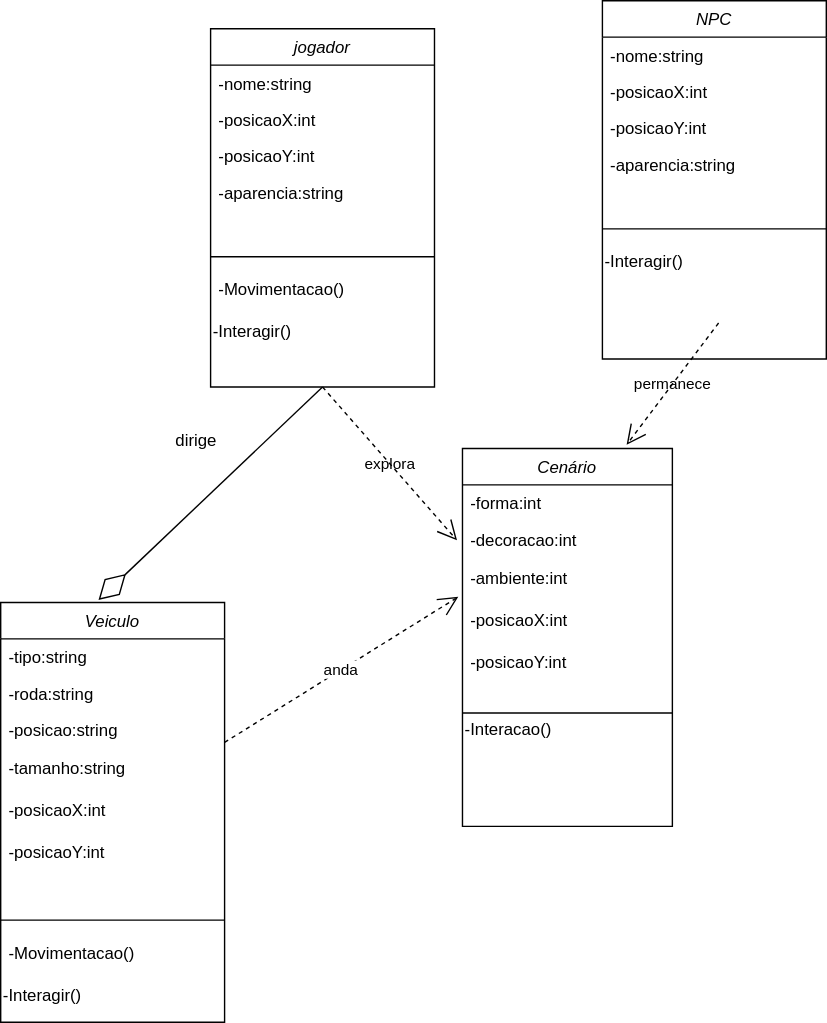
The draw.io diagram diagramas/Diagrama de classe canvas.drawio.svg in lucasnoelgb/2jdprojetomusica, before a commit. Source tidied: cells renumbered, new cells last; positions are measured from the earlier drawing's top-left corner, leaving out a move shared by most shapes. Its diagram source:
```xml
<mxGraphModel>
  <root>
    <mxCell id="0" />
    <mxCell id="1" parent="0" />
    <mxCell id="2" value="jogador&#10;" style="swimlane;fontStyle=2;align=center;verticalAlign=top;horizontal=1;startSize=26;rounded=0;shadow=0;strokeWidth=1;labelBackgroundColor=none;" parent="1" vertex="1">
      <mxGeometry x="150" y="20" width="160" height="256" as="geometry" />
    </mxCell>
    <mxCell id="3" value="-nome:string&#10;" style="text;align=left;verticalAlign=top;spacingLeft=4;spacingRight=4;overflow=hidden;labelBackgroundColor=none;" parent="2" vertex="1">
      <mxGeometry y="26" width="160" height="26" as="geometry" />
    </mxCell>
    <mxCell id="4" value="-posicaoX:int&#10;" style="text;align=left;verticalAlign=top;spacingLeft=4;spacingRight=4;overflow=hidden;rounded=0;shadow=0;html=0;labelBackgroundColor=none;" parent="2" vertex="1">
      <mxGeometry y="52" width="160" height="26" as="geometry" />
    </mxCell>
    <mxCell id="5" value="-posicaoY:int&#10;" style="text;align=left;verticalAlign=top;spacingLeft=4;spacingRight=4;overflow=hidden;points=[[0,0.5],[1,0.5]];portConstraint=eastwest;rounded=0;shadow=0;html=0;labelBackgroundColor=none;" parent="2" vertex="1">
      <mxGeometry y="78" width="160" height="26" as="geometry" />
    </mxCell>
    <mxCell id="6" value="-aparencia:string&#10;" style="text;align=left;verticalAlign=top;spacingLeft=4;spacingRight=4;overflow=hidden;rounded=0;shadow=0;html=0;labelBackgroundColor=none;" parent="2" vertex="1">
      <mxGeometry y="104" width="160" height="26" as="geometry" />
    </mxCell>
    <mxCell id="7" style="line;html=1;strokeWidth=1;align=left;verticalAlign=middle;spacingTop=-1;spacingLeft=3;spacingRight=3;labelPosition=right;labelBackgroundColor=none;" parent="2" vertex="1">
      <mxGeometry y="130" width="160" height="66" as="geometry" />
    </mxCell>
    <mxCell id="8" value="-Movimentacao()" style="text;align=left;verticalAlign=bottom;spacingLeft=4;spacingRight=4;overflow=hidden;labelPosition=center;verticalLabelPosition=top;labelBackgroundColor=none;" parent="2" vertex="1">
      <mxGeometry y="196" width="160" height="30" as="geometry" />
    </mxCell>
    <mxCell id="9" value="-Interagir()" style="text;html=1;strokeColor=none;fillColor=none;align=left;verticalAlign=bottom;whiteSpace=wrap;rounded=0;labelPosition=center;verticalLabelPosition=top;labelBackgroundColor=none;" parent="2" vertex="1">
      <mxGeometry y="226" width="160" height="30" as="geometry" />
    </mxCell>
    <mxCell id="10" value="Cenário" style="swimlane;fontStyle=2;align=center;verticalAlign=top;horizontal=1;startSize=26;rounded=0;shadow=0;strokeWidth=1;labelBackgroundColor=none;" parent="1" vertex="1">
      <mxGeometry x="330" y="320" width="150" height="270" as="geometry" />
    </mxCell>
    <mxCell id="11" value="-forma:int" style="text;align=left;verticalAlign=top;spacingLeft=4;spacingRight=4;overflow=hidden;labelBackgroundColor=none;" parent="10" vertex="1">
      <mxGeometry y="26" width="150" height="26" as="geometry" />
    </mxCell>
    <mxCell id="12" value="-decoracao:int " style="text;align=left;verticalAlign=top;spacingLeft=4;spacingRight=4;overflow=hidden;points=[[0,0.5],[1,0.5]];portConstraint=eastwest;rounded=0;shadow=0;html=0;labelBackgroundColor=none;" parent="10" vertex="1">
      <mxGeometry y="52" width="150" height="26" as="geometry" />
    </mxCell>
    <mxCell id="13" value="-ambiente:int" style="text;html=1;align=left;verticalAlign=middle;points=[];strokeColor=none;fillColor=none;spacingLeft=4;labelBackgroundColor=none;" parent="10" vertex="1">
      <mxGeometry y="78" width="150" height="30" as="geometry" />
    </mxCell>
    <mxCell id="14" style="edgeStyle=orthogonalEdgeStyle;rounded=0;orthogonalLoop=1;jettySize=auto;html=1;exitX=0.5;exitY=1;exitDx=0;exitDy=0;labelBackgroundColor=none;fontColor=default;" parent="10" edge="1" source="18" target="18">
      <mxGeometry relative="1" as="geometry" />
    </mxCell>
    <mxCell id="15" value="-posicaoX:int" style="text;html=1;align=left;verticalAlign=middle;strokeColor=none;fillColor=none;spacingLeft=4;labelBackgroundColor=none;" parent="10" vertex="1">
      <mxGeometry y="108" width="150" height="30" as="geometry" />
    </mxCell>
    <mxCell id="16" value="-posicaoY:int" style="text;html=1;align=left;verticalAlign=middle;strokeColor=none;fillColor=none;spacingLeft=4;labelBackgroundColor=none;" parent="10" vertex="1">
      <mxGeometry y="138" width="150" height="30" as="geometry" />
    </mxCell>
    <mxCell id="17" style="line;html=1;strokeWidth=1;align=left;verticalAlign=middle;spacingTop=-1;spacingLeft=3;spacingRight=3;labelPosition=right;labelBackgroundColor=none;" parent="10" vertex="1">
      <mxGeometry y="168" width="150" height="42" as="geometry" />
    </mxCell>
    <mxCell id="18" value="-Interacao()" style="text;html=1;strokeColor=none;fillColor=none;align=left;verticalAlign=bottom;whiteSpace=wrap;rounded=0;horizontal=1;labelPosition=center;verticalLabelPosition=top;labelBackgroundColor=none;" parent="10" vertex="1">
      <mxGeometry y="210" width="150" height="30" as="geometry" />
    </mxCell>
    <mxCell id="19" value="Veiculo" style="swimlane;fontStyle=2;align=center;verticalAlign=top;horizontal=1;startSize=26;rounded=0;shadow=0;strokeWidth=1;labelBackgroundColor=none;" parent="1" vertex="1">
      <mxGeometry y="430" width="160" height="300" as="geometry" />
    </mxCell>
    <mxCell id="20" value="-tipo:string" style="text;align=left;verticalAlign=top;spacingLeft=4;spacingRight=4;overflow=hidden;labelBackgroundColor=none;" parent="19" vertex="1">
      <mxGeometry y="26" width="160" height="26" as="geometry" />
    </mxCell>
    <mxCell id="21" value="-roda:string" style="text;align=left;verticalAlign=top;spacingLeft=4;spacingRight=4;overflow=hidden;rounded=0;shadow=0;html=0;labelBackgroundColor=none;" parent="19" vertex="1">
      <mxGeometry y="52" width="160" height="26" as="geometry" />
    </mxCell>
    <mxCell id="22" value="-posicao:string" style="text;align=left;verticalAlign=top;spacingLeft=4;spacingRight=4;overflow=hidden;rounded=0;shadow=0;html=0;labelBackgroundColor=none;" parent="19" vertex="1">
      <mxGeometry y="78" width="160" height="26" as="geometry" />
    </mxCell>
    <mxCell id="23" value="-tamanho:string" style="text;html=1;align=left;verticalAlign=middle;strokeColor=none;fillColor=none;spacingLeft=4;labelBackgroundColor=none;" parent="19" vertex="1">
      <mxGeometry y="104" width="160" height="30" as="geometry" />
    </mxCell>
    <mxCell id="24" value="-posicaoX:int" style="text;html=1;align=left;verticalAlign=middle;strokeColor=none;fillColor=none;spacingLeft=4;labelBackgroundColor=none;" parent="19" vertex="1">
      <mxGeometry y="134" width="160" height="30" as="geometry" />
    </mxCell>
    <mxCell id="25" value="-posicaoY:int" style="text;html=1;align=left;verticalAlign=middle;strokeColor=none;fillColor=none;spacingLeft=4;labelBackgroundColor=none;" parent="19" vertex="1">
      <mxGeometry y="164" width="160" height="30" as="geometry" />
    </mxCell>
    <mxCell id="26" style="line;html=1;strokeWidth=1;align=left;verticalAlign=middle;spacingTop=-1;spacingLeft=3;spacingRight=3;labelPosition=right;labelBackgroundColor=none;" parent="19" vertex="1">
      <mxGeometry y="194" width="160" height="66" as="geometry" />
    </mxCell>
    <mxCell id="27" value="-Movimentacao()" style="text;align=left;verticalAlign=bottom;spacingLeft=4;spacingRight=4;overflow=hidden;labelPosition=center;verticalLabelPosition=top;labelBackgroundColor=none;" parent="19" vertex="1">
      <mxGeometry y="260" width="160" height="30" as="geometry" />
    </mxCell>
    <mxCell id="28" value="-Interagir()" style="text;html=1;strokeColor=none;fillColor=none;align=left;verticalAlign=bottom;whiteSpace=wrap;rounded=0;labelPosition=center;verticalLabelPosition=top;labelBackgroundColor=none;" parent="19" vertex="1">
      <mxGeometry y="290" width="160" height="10" as="geometry" />
    </mxCell>
    <mxCell id="29" value="dirige" style="text;html=1;strokeColor=none;fillColor=none;align=center;verticalAlign=middle;whiteSpace=wrap;rounded=0;labelBackgroundColor=none;" parent="1" vertex="1">
      <mxGeometry x="110" y="300" width="60" height="30" as="geometry" />
    </mxCell>
    <mxCell id="30" value="explora" style="endArrow=open;endSize=12;dashed=1;html=1;rounded=0;entryX=-0.026;entryY=0.524;entryDx=0;entryDy=0;entryPerimeter=0;labelBackgroundColor=none;fontColor=default;exitX=0.5;exitY=1;exitDx=0;exitDy=0;" parent="1" edge="1" source="2" target="12">
      <mxGeometry relative="1" as="geometry" />
    </mxCell>
    <mxCell id="31" style="endArrow=diamondThin;endFill=0;endSize=24;html=1;rounded=0;entryX=0.437;entryY=-0.006;entryDx=0;entryDy=0;entryPerimeter=0;exitX=0.5;exitY=1;exitDx=0;exitDy=0;labelBackgroundColor=none;fontColor=default;" parent="1" edge="1" source="2" target="19">
      <mxGeometry relative="1" as="geometry" />
    </mxCell>
    <mxCell id="32" value="anda&lt;br&gt;" style="endArrow=open;endSize=12;dashed=1;html=1;rounded=0;entryX=-0.02;entryY=0.933;entryDx=0;entryDy=0;entryPerimeter=0;" parent="1" edge="1" target="13">
      <mxGeometry relative="1" as="geometry">
        <mxPoint x="160" y="530" as="sourcePoint" />
      </mxGeometry>
    </mxCell>
    <mxCell id="33" value="NPC" style="swimlane;fontStyle=2;align=center;verticalAlign=top;horizontal=1;startSize=26;rounded=0;shadow=0;strokeWidth=1;labelBackgroundColor=none;" parent="1" vertex="1">
      <mxGeometry x="430" width="160" height="256" as="geometry" />
    </mxCell>
    <mxCell id="34" value="-nome:string&#10;" style="text;align=left;verticalAlign=top;spacingLeft=4;spacingRight=4;overflow=hidden;labelBackgroundColor=none;" parent="33" vertex="1">
      <mxGeometry y="26" width="160" height="26" as="geometry" />
    </mxCell>
    <mxCell id="35" value="-posicaoX:int&#10;" style="text;align=left;verticalAlign=top;spacingLeft=4;spacingRight=4;overflow=hidden;rounded=0;shadow=0;html=0;labelBackgroundColor=none;" parent="33" vertex="1">
      <mxGeometry y="52" width="160" height="26" as="geometry" />
    </mxCell>
    <mxCell id="36" value="-posicaoY:int&#10;" style="text;align=left;verticalAlign=top;spacingLeft=4;spacingRight=4;overflow=hidden;rounded=0;shadow=0;html=0;labelBackgroundColor=none;" parent="33" vertex="1">
      <mxGeometry y="78" width="160" height="26" as="geometry" />
    </mxCell>
    <mxCell id="37" value="-aparencia:string&#10;" style="text;align=left;verticalAlign=top;spacingLeft=4;spacingRight=4;overflow=hidden;points=[[0,0.5],[1,0.5]];portConstraint=eastwest;rounded=0;shadow=0;html=0;labelBackgroundColor=none;" parent="33" vertex="1">
      <mxGeometry y="104" width="160" height="26" as="geometry" />
    </mxCell>
    <mxCell id="38" style="line;html=1;strokeWidth=1;align=left;verticalAlign=middle;spacingTop=-1;spacingLeft=3;spacingRight=3;labelPosition=right;labelBackgroundColor=none;" parent="33" vertex="1">
      <mxGeometry y="130" width="160" height="66" as="geometry" />
    </mxCell>
    <mxCell id="39" value="-Interagir()" style="text;html=1;strokeColor=none;fillColor=none;align=left;verticalAlign=bottom;whiteSpace=wrap;rounded=0;labelPosition=center;verticalLabelPosition=top;labelBackgroundColor=none;" parent="33" vertex="1">
      <mxGeometry y="196" width="160" height="30" as="geometry" />
    </mxCell>
    <mxCell id="40" value="permanece" style="endArrow=open;endSize=12;dashed=1;html=1;rounded=0;entryX=0.782;entryY=-0.01;entryDx=0;entryDy=0;entryPerimeter=0;labelBackgroundColor=none;fontColor=default;exitX=0.519;exitY=1.143;exitDx=0;exitDy=0;exitPerimeter=0;" parent="1" edge="1" source="39" target="10">
      <mxGeometry relative="1" as="geometry" />
    </mxCell>
  </root>
</mxGraphModel>
```
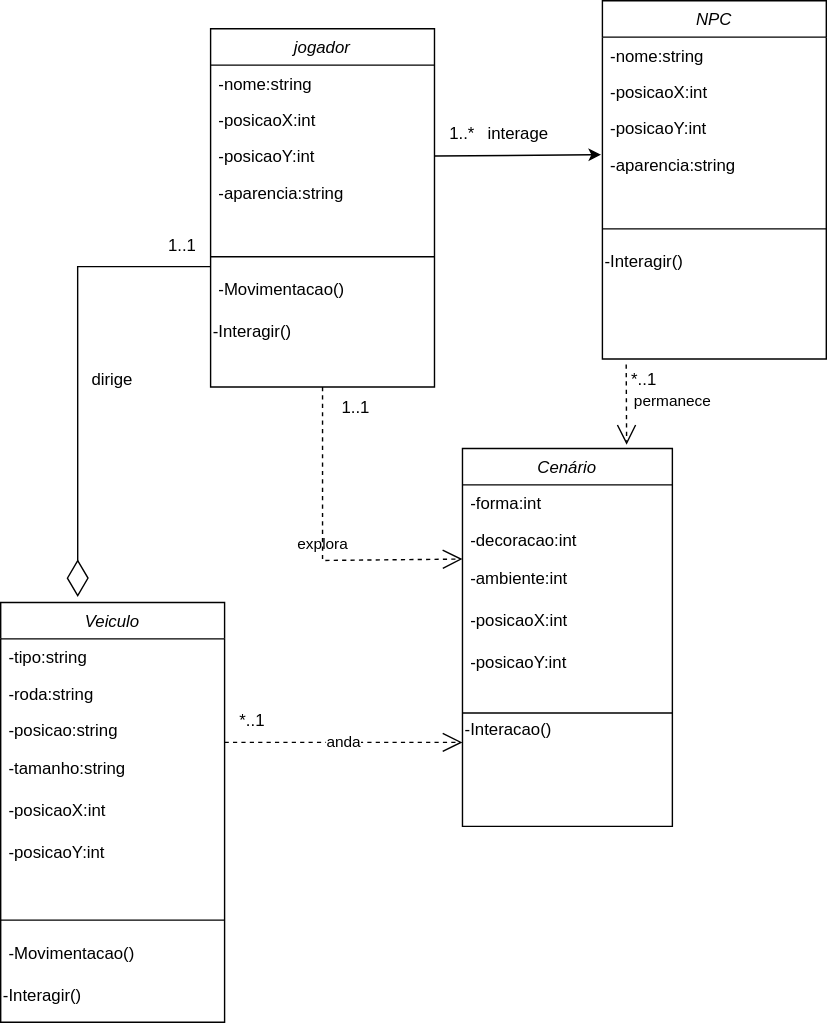
The same diagram one commit later.

Commit message:
deixando as setas retas

The edit, as a diff of the source:
```diff
@@ -84,15 +84,24 @@
       <mxGeometry y="290" width="160" height="10" as="geometry" />
     </mxCell>
     <mxCell id="29" value="dirige" style="text;html=1;strokeColor=none;fillColor=none;align=center;verticalAlign=middle;whiteSpace=wrap;rounded=0;labelBackgroundColor=none;" parent="1" vertex="1">
-      <mxGeometry x="110" y="300" width="60" height="30" as="geometry" />
+      <mxGeometry x="50" y="256" width="60" height="30" as="geometry" />
     </mxCell>
-    <mxCell id="30" value="explora" style="endArrow=open;endSize=12;dashed=1;html=1;rounded=0;entryX=-0.026;entryY=0.524;entryDx=0;entryDy=0;entryPerimeter=0;labelBackgroundColor=none;fontColor=default;exitX=0.5;exitY=1;exitDx=0;exitDy=0;" parent="1" edge="1" source="2" target="12">
-      <mxGeometry relative="1" as="geometry" />
+    <mxCell id="30" value="explora" style="endArrow=open;endSize=12;dashed=1;html=1;rounded=0;labelBackgroundColor=none;fontColor=default;exitX=0.5;exitY=1;exitDx=0;exitDy=0;entryX=0;entryY=0.033;entryDx=0;entryDy=0;entryPerimeter=0;" parent="1" edge="1" source="2" target="13">
+      <mxGeometry relative="1" as="geometry">
+        <Array as="points">
+          <mxPoint x="230" y="400" />
+        </Array>
+      </mxGeometry>
     </mxCell>
-    <mxCell id="31" style="endArrow=diamondThin;endFill=0;endSize=24;html=1;rounded=0;entryX=0.437;entryY=-0.006;entryDx=0;entryDy=0;entryPerimeter=0;exitX=0.5;exitY=1;exitDx=0;exitDy=0;labelBackgroundColor=none;fontColor=default;" parent="1" edge="1" source="2" target="19">
-      <mxGeometry relative="1" as="geometry" />
+    <mxCell id="31" style="endArrow=diamondThin;endFill=0;endSize=24;html=1;rounded=0;labelBackgroundColor=none;fontColor=default;entryX=0.344;entryY=-0.013;entryDx=0;entryDy=0;entryPerimeter=0;" parent="1" edge="1" target="19">
+      <mxGeometry relative="1" as="geometry">
+        <mxPoint x="150" y="190" as="sourcePoint" />
+        <Array as="points">
+          <mxPoint x="55" y="190" />
+        </Array>
+      </mxGeometry>
     </mxCell>
-    <mxCell id="32" value="anda&lt;br&gt;" style="endArrow=open;endSize=12;dashed=1;html=1;rounded=0;entryX=-0.02;entryY=0.933;entryDx=0;entryDy=0;entryPerimeter=0;" parent="1" edge="1" target="13">
+    <mxCell id="32" value="anda&lt;br&gt;" style="endArrow=open;endSize=12;dashed=1;html=1;rounded=0;entryX=0;entryY=0;entryDx=0;entryDy=0;" parent="1" edge="1" target="18">
       <mxGeometry relative="1" as="geometry">
         <mxPoint x="160" y="530" as="sourcePoint" />
       </mxGeometry>
@@ -118,8 +127,32 @@
     <mxCell id="39" value="-Interagir()" style="text;html=1;strokeColor=none;fillColor=none;align=left;verticalAlign=bottom;whiteSpace=wrap;rounded=0;labelPosition=center;verticalLabelPosition=top;labelBackgroundColor=none;" parent="33" vertex="1">
       <mxGeometry y="196" width="160" height="30" as="geometry" />
     </mxCell>
-    <mxCell id="40" value="permanece" style="endArrow=open;endSize=12;dashed=1;html=1;rounded=0;entryX=0.782;entryY=-0.01;entryDx=0;entryDy=0;entryPerimeter=0;labelBackgroundColor=none;fontColor=default;exitX=0.519;exitY=1.143;exitDx=0;exitDy=0;exitPerimeter=0;" parent="1" edge="1" source="39" target="10">
-      <mxGeometry relative="1" as="geometry" />
+    <mxCell id="40" value="permanece" style="endArrow=open;endSize=12;dashed=1;html=1;rounded=0;entryX=0.782;entryY=-0.01;entryDx=0;entryDy=0;entryPerimeter=0;labelBackgroundColor=none;fontColor=default;" parent="1" edge="1" target="10">
+      <mxGeometry x="-0.09" y="34" relative="1" as="geometry">
+        <mxPoint x="447" y="260" as="sourcePoint" />
+        <mxPoint x="-1" as="offset" />
+      </mxGeometry>
     </mxCell>
+    <mxCell id="41" value="1..1" style="text;html=1;strokeColor=none;fillColor=none;align=center;verticalAlign=middle;whiteSpace=wrap;rounded=0;" parent="1" vertex="1">
+      <mxGeometry x="100" y="160" width="60" height="30" as="geometry" />
+    </mxCell>
+    <mxCell id="42" value="1..1" style="text;html=1;strokeColor=none;fillColor=none;align=center;verticalAlign=middle;whiteSpace=wrap;rounded=0;" parent="1" vertex="1">
+      <mxGeometry x="224" y="276" width="60" height="30" as="geometry" />
+    </mxCell>
+    <mxCell id="43" value="*..1" style="text;html=1;strokeColor=none;fillColor=none;align=center;verticalAlign=middle;whiteSpace=wrap;rounded=0;" parent="1" vertex="1">
+      <mxGeometry x="150" y="500" width="60" height="30" as="geometry" />
+    </mxCell>
+    <mxCell id="44" value="*..1" style="text;html=1;strokeColor=none;fillColor=none;align=center;verticalAlign=middle;whiteSpace=wrap;rounded=0;" parent="1" vertex="1">
+      <mxGeometry x="430" y="256" width="60" height="30" as="geometry" />
+    </mxCell>
+    <mxCell id="45" style="endArrow=classic;html=1;rounded=0;entryX=-0.006;entryY=0.231;entryDx=0;entryDy=0;exitX=1;exitY=0.5;exitDx=0;exitDy=0;entryPerimeter=0;" parent="1" edge="1" source="5" target="37">
+      <mxGeometry relative="1" as="geometry" />
+    </mxCell>
+    <mxCell id="46" value="1..*" style="text;html=1;strokeColor=none;fillColor=none;align=center;verticalAlign=middle;whiteSpace=wrap;rounded=0;" parent="1" vertex="1">
+      <mxGeometry x="300" y="80" width="60" height="30" as="geometry" />
+    </mxCell>
+    <mxCell id="47" value="interage" style="text;html=1;strokeColor=none;fillColor=none;align=center;verticalAlign=middle;whiteSpace=wrap;rounded=0;labelBackgroundColor=none;" parent="1" vertex="1">
+      <mxGeometry x="340" y="80" width="60" height="30" as="geometry" />
+    </mxCell>
   </root>
 </mxGraphModel>
```
